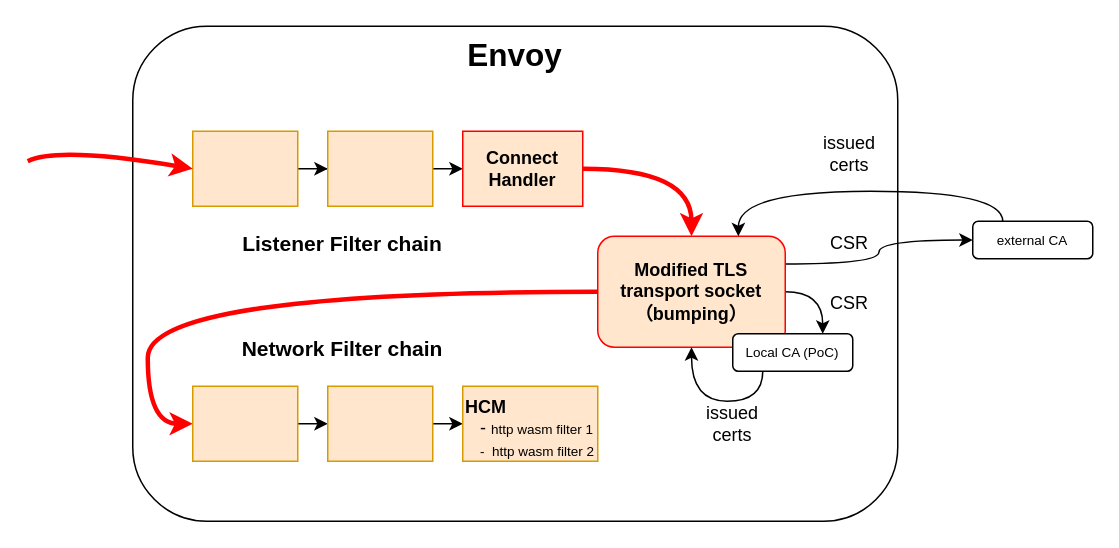
Above: lifeof_bumping_request.drawio in LuyaoZhong/Figures (draw.io), before the change. Source tidied: cells renumbered, new cells numbered last; positions are measured from the earlier drawing's top-left corner, leaving out a move shared by most shapes. Both pictures are drawn from the tidied source at 150%, with x=0, y=0 at pixel (27, 26). Pictures stored in the file or linked from it are replaced by grey dashed boxes.
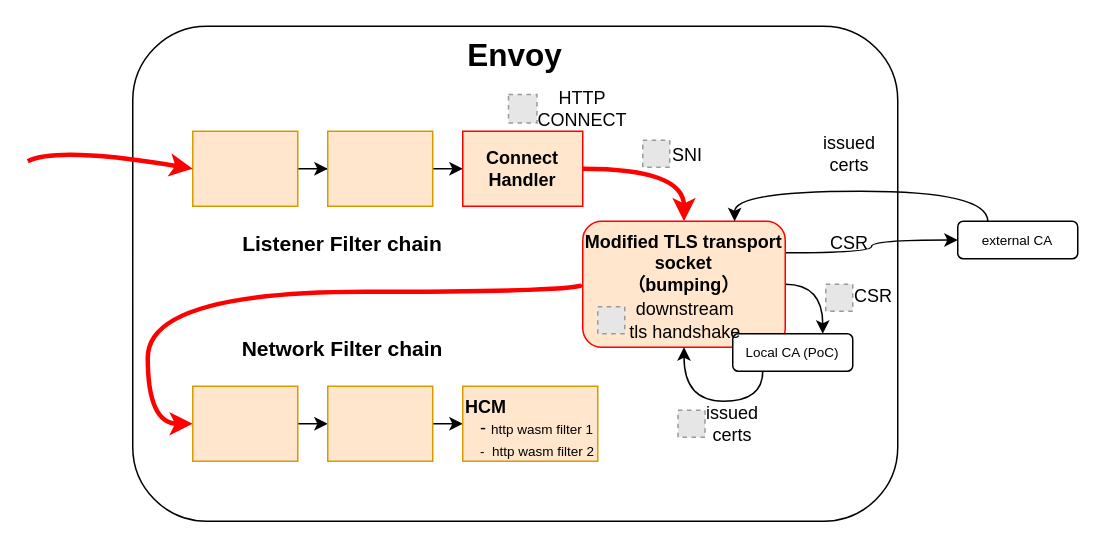
Above is the later version.

The edit, as a diff of the source:
```diff
@@
-    <mxCell id="13" value="&lt;b&gt;Modified TLS transport socket&lt;br&gt;（bumping）&lt;br&gt;&lt;/b&gt;" style="rounded=1;whiteSpace=wrap;html=1;fillColor=#ffe6cc;strokeColor=#FF0000;" parent="1" vertex="1">
-      <mxGeometry x="380" y="140" width="125" height="74" as="geometry" />
+    <mxCell id="13" value="&lt;b&gt;Modified TLS transport socket&lt;br&gt;（bumping）&lt;br&gt;&lt;/b&gt;" style="rounded=1;whiteSpace=wrap;html=1;fillColor=#ffe6cc;strokeColor=#FF0000;verticalAlign=top;" parent="1" vertex="1">
+      <mxGeometry x="370" y="130" width="135" height="84" as="geometry" />
     </mxCell>
@@
     <mxCell id="24" value="external CA" style="rounded=1;whiteSpace=wrap;html=1;fontSize=9;strokeColor=#000000;" parent="1" vertex="1">
-      <mxGeometry x="630" y="130" width="80" height="25" as="geometry" />
+      <mxGeometry x="620" y="130" width="80" height="25" as="geometry" />
     </mxCell>
@@
     <mxCell id="26" value="&lt;font style=&quot;font-size: 12px&quot;&gt;CSR&lt;/font&gt;" style="text;html=1;strokeColor=none;fillColor=none;align=center;verticalAlign=middle;whiteSpace=wrap;rounded=0;fontSize=9;" parent="1" vertex="1">
-      <mxGeometry x="518" y="170" width="60" height="30" as="geometry" />
+      <mxGeometry x="539" y="170" width="50" height="20" as="geometry" />
     </mxCell>
@@
+    <mxCell id="29" style="fillColor=#E6E6E6;strokeColor=#999999;dashed=1;html=1;verticalAlign=top;verticalLabelPosition=bottom;labelBackgroundColor=#ffffff;" parent="1" vertex="1">
+      <mxGeometry x="320.5" y="45.5" width="19" height="19" as="geometry" />
+    </mxCell>
+    <mxCell id="30" style="fillColor=#E6E6E6;strokeColor=#999999;dashed=1;html=1;verticalAlign=top;verticalLabelPosition=bottom;labelBackgroundColor=#ffffff;" parent="1" vertex="1">
+      <mxGeometry x="410" y="76" width="18" height="18" as="geometry" />
+    </mxCell>
+    <mxCell id="31" value="HTTP CONNECT" style="text;html=1;strokeColor=none;fillColor=none;align=center;verticalAlign=middle;whiteSpace=wrap;rounded=0;" parent="1" vertex="1">
+      <mxGeometry x="340" y="40" width="60" height="30" as="geometry" />
+    </mxCell>
+    <mxCell id="32" value="SNI" style="text;html=1;strokeColor=none;fillColor=none;align=left;verticalAlign=middle;whiteSpace=wrap;rounded=0;" parent="1" vertex="1">
+      <mxGeometry x="428" y="71" width="60" height="30" as="geometry" />
+    </mxCell>
+    <mxCell id="33" style="fillColor=#E6E6E6;strokeColor=#999999;dashed=1;html=1;verticalAlign=top;verticalLabelPosition=bottom;labelBackgroundColor=#ffffff;" parent="1" vertex="1">
+      <mxGeometry x="532" y="172" width="18" height="18" as="geometry" />
+    </mxCell>
+    <mxCell id="34" style="fillColor=#E6E6E6;strokeColor=#999999;dashed=1;html=1;verticalAlign=top;verticalLabelPosition=bottom;labelBackgroundColor=#ffffff;" parent="1" vertex="1">
+      <mxGeometry x="433.5" y="256" width="18" height="18" as="geometry" />
+    </mxCell>
+    <mxCell id="35" style="fillColor=#E6E6E6;strokeColor=#999999;dashed=1;html=1;verticalAlign=top;verticalLabelPosition=bottom;labelBackgroundColor=#ffffff;" parent="1" vertex="1">
+      <mxGeometry x="380" y="187" width="18" height="18" as="geometry" />
+    </mxCell>
+    <mxCell id="36" value="downstream tls handshake" style="text;html=1;strokeColor=none;fillColor=none;align=center;verticalAlign=middle;whiteSpace=wrap;rounded=0;" parent="1" vertex="1">
+      <mxGeometry x="398" y="181" width="81" height="30" as="geometry" />
+    </mxCell>
```
